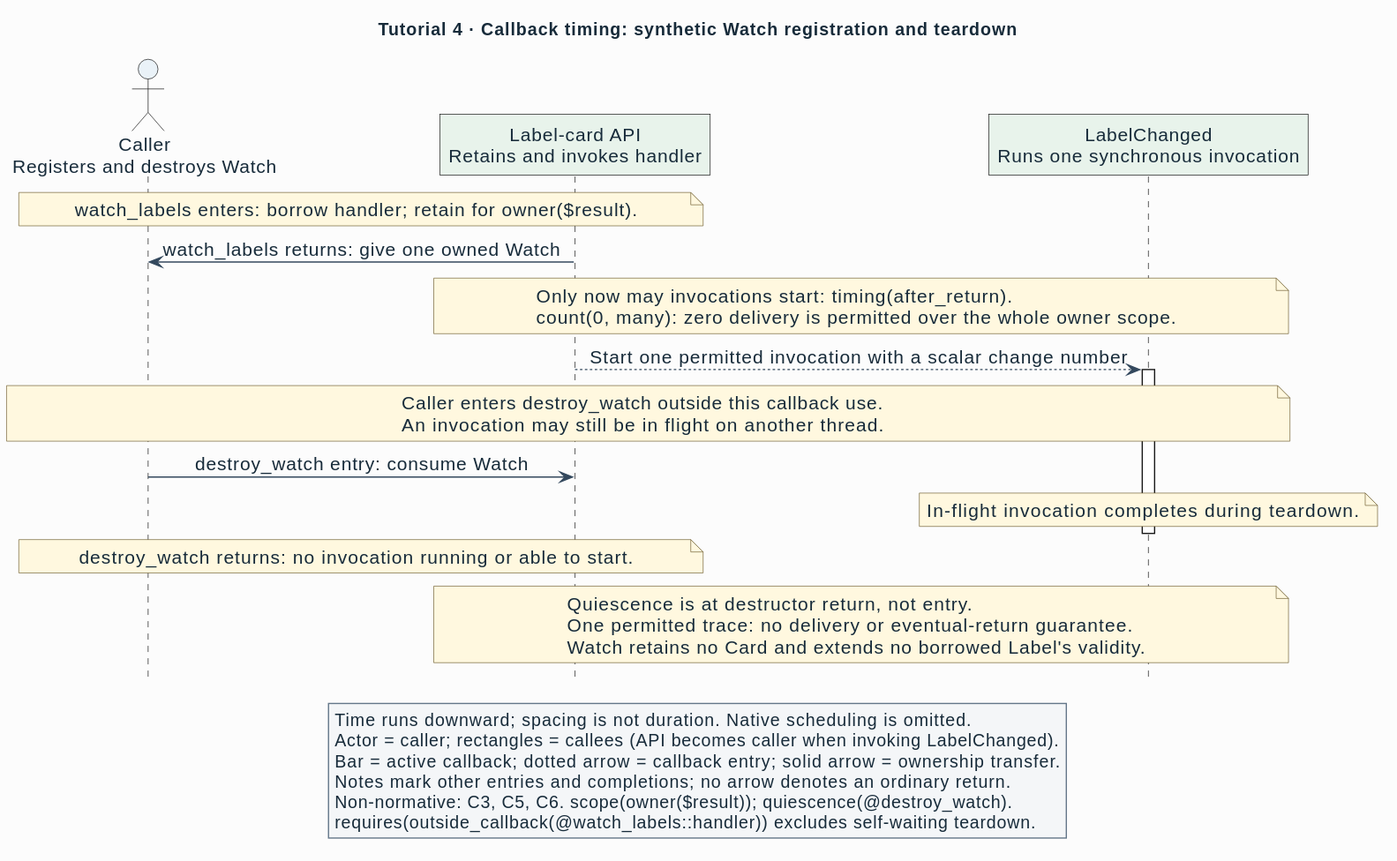
This is semantic/specification/interface-language/figures/tutorial-callbacks.svg from Linkuistics/APIAnyware, a PlantUML export, as it was before one commit. Its source is kept beside it as semantic/specification/interface-language/figures/tutorial-callbacks.puml. The source it was exported from:
```plantuml
@startuml
!include style/ail.puml
title Tutorial 4 · Callback timing: synthetic Watch registration and teardown
hide footbox
$caller(client, "Caller\nRegisters and destroys Watch")
$callee(api, "Label-card API\nRetains and invokes handler")
$callee(handler, "LabelChanged\nRuns one synchronous invocation")
note over client, api : watch_labels enters: borrow handler; retain for owner($result).
api -> client : watch_labels returns: give one owned Watch
note over api, handler
  Only now may invocations start: timing(after_return).
  count(0, many): zero delivery is permitted over the whole owner scope.
end note
api -[dotted]> handler : Start one permitted invocation with a scalar change number
activate handler
note over client, handler
  Caller enters destroy_watch outside this callback use.
  An invocation may still be in flight on another thread.
end note
client -> api : destroy_watch entry: consume Watch
note over handler : In-flight invocation completes during teardown.
deactivate handler
note over client, api : destroy_watch returns: no invocation running or able to start.
note over api, handler
  Quiescence is at destructor return, not entry.
  One permitted trace: no delivery or eventual-return guarantee.
  Watch retains no Card and extends no borrowed Label's validity.
end note
legend bottom
  Time runs downward; spacing is not duration. Native scheduling is omitted.
  Actor = caller; rectangles = callees (API becomes caller when invoking LabelChanged).
  Bar = active callback; dotted arrow = callback entry; solid arrow = ownership transfer.
  Notes mark other entries and completions; no arrow denotes an ordinary return.
  Non-normative: C3, C5, C6. scope(owner($result)); quiescence(@destroy_watch).
  requires(outside_callback(@watch_labels::handler)) excludes self-waiting teardown.
endlegend
@enduml
```
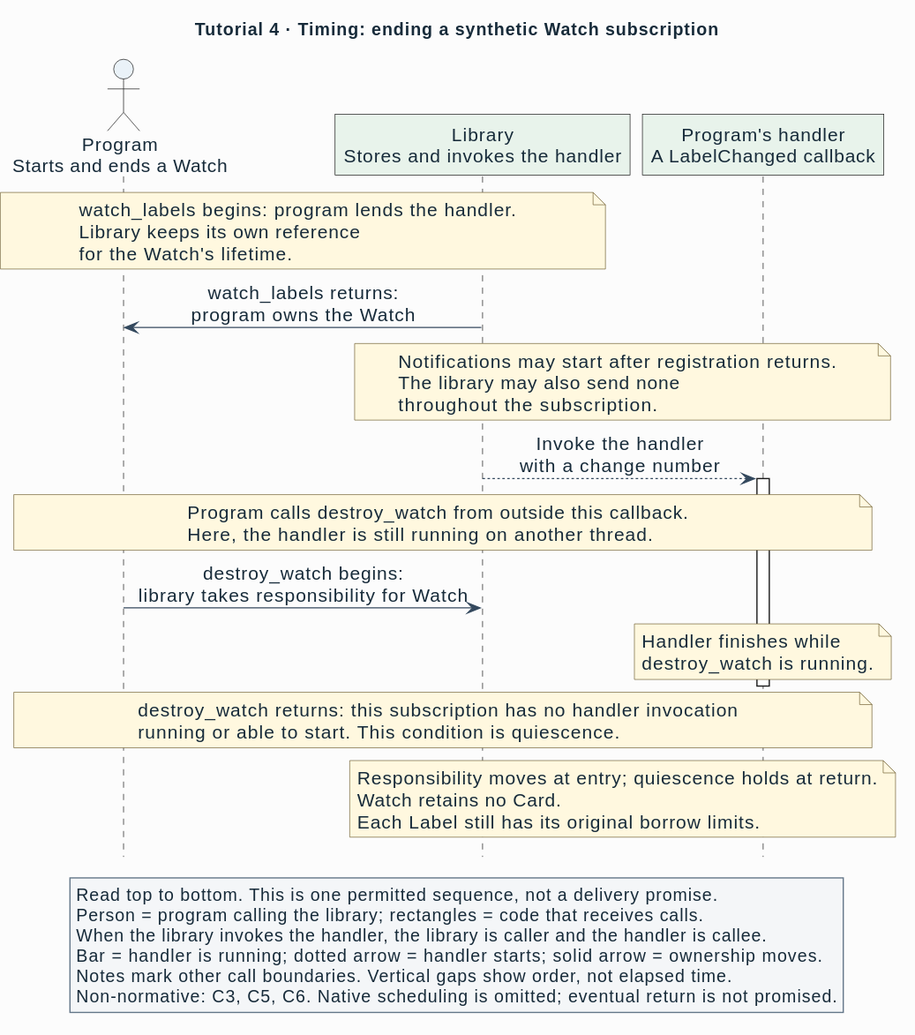
After the commit.

Diff of the diagram source:
```diff
@@ -1,37 +1,48 @@
 @startuml
 !include style/ail.puml
-title Tutorial 4 · Callback timing: synthetic Watch registration and teardown
+title Tutorial 4 · Timing: ending a synthetic Watch subscription
 hide footbox
-$caller(client, "Caller\nRegisters and destroys Watch")
-$callee(api, "Label-card API\nRetains and invokes handler")
-$callee(handler, "LabelChanged\nRuns one synchronous invocation")
-note over client, api : watch_labels enters: borrow handler; retain for owner($result).
-api -> client : watch_labels returns: give one owned Watch
+$caller(client, "Program\nStarts and ends a Watch")
+$callee(api, "Library\nStores and invokes the handler")
+$callee(handler, "Program's handler\nA LabelChanged callback")
+note over client, api
+  watch_labels begins: program lends the handler.
+  Library keeps its own reference
+  for the Watch's lifetime.
+end note
+api -> client : watch_labels returns:\nprogram owns the Watch
 note over api, handler
-  Only now may invocations start: timing(after_return).
-  count(0, many): zero delivery is permitted over the whole owner scope.
+  Notifications may start after registration returns.
+  The library may also send none
+  throughout the subscription.
 end note
-api -[dotted]> handler : Start one permitted invocation with a scalar change number
+api -[dotted]> handler : Invoke the handler\nwith a change number
 activate handler
 note over client, handler
-  Caller enters destroy_watch outside this callback use.
-  An invocation may still be in flight on another thread.
+  Program calls destroy_watch from outside this callback.
+  Here, the handler is still running on another thread.
 end note
-client -> api : destroy_watch entry: consume Watch
-note over handler : In-flight invocation completes during teardown.
+client -> api : destroy_watch begins:\nlibrary takes responsibility for Watch
+note over handler
+  Handler finishes while
+  destroy_watch is running.
+end note
 deactivate handler
-note over client, api : destroy_watch returns: no invocation running or able to start.
+note over client, handler
+  destroy_watch returns: this subscription has no handler invocation
+  running or able to start. This condition is quiescence.
+end note
 note over api, handler
-  Quiescence is at destructor return, not entry.
-  One permitted trace: no delivery or eventual-return guarantee.
-  Watch retains no Card and extends no borrowed Label's validity.
+  Responsibility moves at entry; quiescence holds at return.
+  Watch retains no Card.
+  Each Label still has its original borrow limits.
 end note
 legend bottom
-  Time runs downward; spacing is not duration. Native scheduling is omitted.
-  Actor = caller; rectangles = callees (API becomes caller when invoking LabelChanged).
-  Bar = active callback; dotted arrow = callback entry; solid arrow = ownership transfer.
-  Notes mark other entries and completions; no arrow denotes an ordinary return.
-  Non-normative: C3, C5, C6. scope(owner($result)); quiescence(@destroy_watch).
-  requires(outside_callback(@watch_labels::handler)) excludes self-waiting teardown.
+  Read top to bottom. This is one permitted sequence, not a delivery promise.
+  Person = program calling the library; rectangles = code that receives calls.
+  When the library invokes the handler, the library is caller and the handler is callee.
+  Bar = handler is running; dotted arrow = handler starts; solid arrow = ownership moves.
+  Notes mark other call boundaries. Vertical gaps show order, not elapsed time.
+  Non-normative: C3, C5, C6. Native scheduling is omitted; eventual return is not promised.
 endlegend
 @enduml
```
